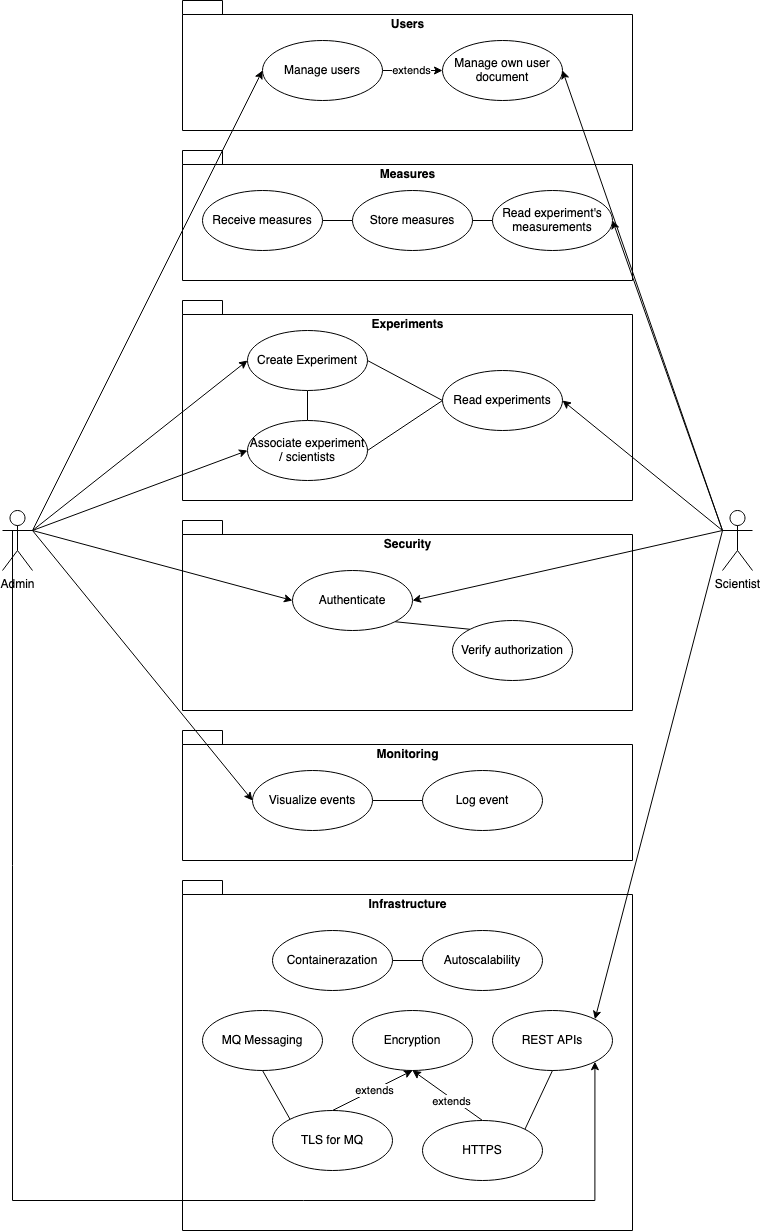
The draw.io diagram documents/sections/use-case.png in alros-essex/ssdcs-assignment, before a commit. Source tidied: cells renumbered, new cells last; positions are measured from the earlier drawing's top-left corner, leaving out a move shared by most shapes.
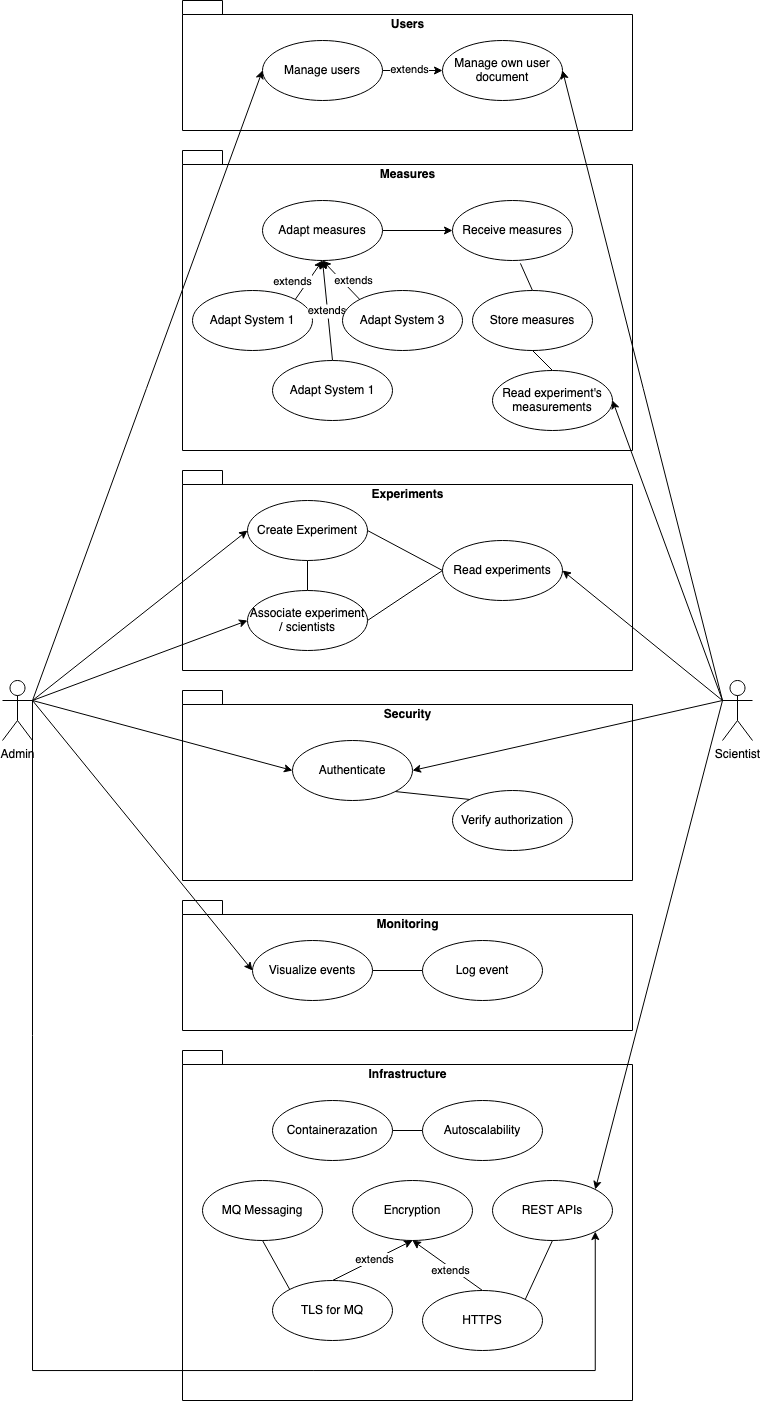
The same diagram one commit later.

Change to the diagram source:
```diff
@@ -15,16 +15,16 @@
       <mxGeometry x="180" y="300" width="450" height="200" as="geometry" />
     </mxCell>
     <mxCell id="6" value="Users" style="shape=folder;fontStyle=1;spacingTop=10;tabWidth=40;tabHeight=14;tabPosition=left;html=1;verticalAlign=top;" parent="1" vertex="1">
-      <mxGeometry x="180" width="450" height="130" as="geometry" />
+      <mxGeometry x="180" y="-170" width="450" height="130" as="geometry" />
     </mxCell>
     <mxCell id="7" value="Measures" style="shape=folder;fontStyle=1;spacingTop=10;tabWidth=40;tabHeight=14;tabPosition=left;html=1;verticalAlign=top;" parent="1" vertex="1">
-      <mxGeometry x="180" y="150" width="450" height="130" as="geometry" />
+      <mxGeometry x="180" y="-20" width="450" height="300" as="geometry" />
     </mxCell>
-    <mxCell id="8" style="entryX=0;entryY=0.5;entryDx=0;entryDy=0;endArrow=none;endFill=0;" parent="1" edge="1" source="9" target="33">
+    <mxCell id="8" style="entryX=0.5;entryY=0;entryDx=0;entryDy=0;endArrow=none;endFill=0;exitX=0.566;exitY=1.048;exitDx=0;exitDy=0;exitPerimeter=0;" parent="1" edge="1" source="9" target="33">
       <mxGeometry relative="1" as="geometry" />
     </mxCell>
     <mxCell id="9" value="Receive measures" style="ellipse;whiteSpace=wrap;html=1;" parent="1" vertex="1">
-      <mxGeometry x="200" y="190" width="120" height="60" as="geometry" />
+      <mxGeometry x="450" y="30" width="120" height="60" as="geometry" />
     </mxCell>
     <mxCell id="10" style="exitX=1;exitY=0.5;exitDx=0;exitDy=0;" parent="1" edge="1" source="12" target="13">
       <mxGeometry relative="1" as="geometry" />
@@ -33,10 +33,10 @@
       <mxGeometry x="-0.1" y="1" relative="1" as="geometry" />
     </mxCell>
     <mxCell id="12" value="Manage users" style="ellipse;whiteSpace=wrap;html=1;" parent="1" vertex="1">
-      <mxGeometry x="260" y="40" width="120" height="60" as="geometry" />
+      <mxGeometry x="260" y="-130" width="120" height="60" as="geometry" />
     </mxCell>
     <mxCell id="13" value="Manage own user document" style="ellipse;whiteSpace=wrap;html=1;" parent="1" vertex="1">
-      <mxGeometry x="440" y="40" width="120" height="60" as="geometry" />
+      <mxGeometry x="440" y="-130" width="120" height="60" as="geometry" />
     </mxCell>
     <mxCell id="14" style="entryX=1;entryY=0.5;entryDx=0;entryDy=0;exitX=0;exitY=0.3333333333333333;exitDx=0;exitDy=0;exitPerimeter=0;" parent="1" edge="1" source="19" target="13">
       <mxGeometry relative="1" as="geometry" />
@@ -74,8 +74,8 @@
     <mxCell id="25" style="edgeStyle=orthogonalEdgeStyle;rounded=0;jettySize=auto;html=1;entryX=1;entryY=1;entryDx=0;entryDy=0;endArrow=classic;endFill=1;exitX=1;exitY=0.3333333333333333;exitDx=0;exitDy=0;exitPerimeter=0;" parent="1" edge="1" source="26" target="47">
       <mxGeometry relative="1" as="geometry">
         <Array as="points">
-          <mxPoint x="10" y="1200" />
-          <mxPoint x="592" y="1200" />
+          <mxPoint x="30" y="1200" />
+          <mxPoint x="593" y="1200" />
         </Array>
       </mxGeometry>
     </mxCell>
@@ -101,13 +101,13 @@
       <mxGeometry x="440" y="370" width="120" height="60" as="geometry" />
     </mxCell>
     <mxCell id="33" value="Store measures" style="ellipse;whiteSpace=wrap;html=1;" parent="1" vertex="1">
-      <mxGeometry x="350" y="190" width="120" height="60" as="geometry" />
+      <mxGeometry x="470" y="120" width="120" height="60" as="geometry" />
     </mxCell>
-    <mxCell id="34" style="endArrow=none;endFill=0;exitX=0;exitY=0.5;exitDx=0;exitDy=0;" parent="1" edge="1" source="35" target="33">
+    <mxCell id="34" style="endArrow=none;endFill=0;exitX=0.5;exitY=0;exitDx=0;exitDy=0;entryX=0.5;entryY=1;entryDx=0;entryDy=0;" parent="1" edge="1" source="35" target="33">
       <mxGeometry relative="1" as="geometry" />
     </mxCell>
     <mxCell id="35" value="Read experiment's measurements" style="ellipse;whiteSpace=wrap;html=1;" parent="1" vertex="1">
-      <mxGeometry x="490" y="190" width="120" height="60" as="geometry" />
+      <mxGeometry x="490" y="200" width="120" height="60" as="geometry" />
     </mxCell>
     <mxCell id="36" style="exitX=0;exitY=0.5;exitDx=0;exitDy=0;endArrow=none;endFill=0;" parent="1" edge="1" source="37" target="41">
       <mxGeometry relative="1" as="geometry" />
@@ -169,5 +169,39 @@
     <mxCell id="55" value="TLS for MQ" style="ellipse;whiteSpace=wrap;html=1;" parent="1" vertex="1">
       <mxGeometry x="270" y="1110" width="120" height="60" as="geometry" />
     </mxCell>
+    <mxCell id="56" style="entryX=0;entryY=0.5;entryDx=0;entryDy=0;exitX=1;exitY=0.5;exitDx=0;exitDy=0;" parent="1" edge="1" source="57" target="9">
+      <mxGeometry relative="1" as="geometry" />
+    </mxCell>
+    <mxCell id="57" value="Adapt measures" style="ellipse;whiteSpace=wrap;html=1;" parent="1" vertex="1">
+      <mxGeometry x="260" y="30" width="120" height="60" as="geometry" />
+    </mxCell>
+    <mxCell id="58" style="entryX=0.5;entryY=1;entryDx=0;entryDy=0;exitX=1;exitY=0;exitDx=0;exitDy=0;" parent="1" edge="1" source="60" target="57">
+      <mxGeometry relative="1" as="geometry" />
+    </mxCell>
+    <mxCell id="59" value="extends" style="edgeLabel;html=1;align=center;verticalAlign=middle;" parent="58" vertex="1">
+      <mxGeometry x="-0.02" y="-5" relative="1" as="geometry">
+        <mxPoint x="-20" y="-3" as="offset" />
+      </mxGeometry>
+    </mxCell>
+    <mxCell id="60" value="Adapt System 1" style="ellipse;whiteSpace=wrap;html=1;" parent="1" vertex="1">
+      <mxGeometry x="190" y="120" width="120" height="60" as="geometry" />
+    </mxCell>
+    <mxCell id="61" value="extends" style="entryX=0.5;entryY=1;entryDx=0;entryDy=0;exitX=0.5;exitY=0;exitDx=0;exitDy=0;" parent="1" edge="1" source="62" target="57">
+      <mxGeometry relative="1" as="geometry" />
+    </mxCell>
+    <mxCell id="62" value="Adapt System 1" style="ellipse;whiteSpace=wrap;html=1;" parent="1" vertex="1">
+      <mxGeometry x="270" y="190" width="120" height="60" as="geometry" />
+    </mxCell>
+    <mxCell id="63" style="entryX=0.5;entryY=1;entryDx=0;entryDy=0;" parent="1" edge="1" source="65" target="57">
+      <mxGeometry relative="1" as="geometry" />
+    </mxCell>
+    <mxCell id="64" value="extends" style="edgeLabel;html=1;align=center;verticalAlign=middle;" parent="63" vertex="1">
+      <mxGeometry x="-0.25" y="-1" relative="1" as="geometry">
+        <mxPoint x="6" y="-4" as="offset" />
+      </mxGeometry>
+    </mxCell>
+    <mxCell id="65" value="Adapt System 3" style="ellipse;whiteSpace=wrap;html=1;" parent="1" vertex="1">
+      <mxGeometry x="340" y="120" width="120" height="60" as="geometry" />
+    </mxCell>
   </root>
 </mxGraphModel>
```
